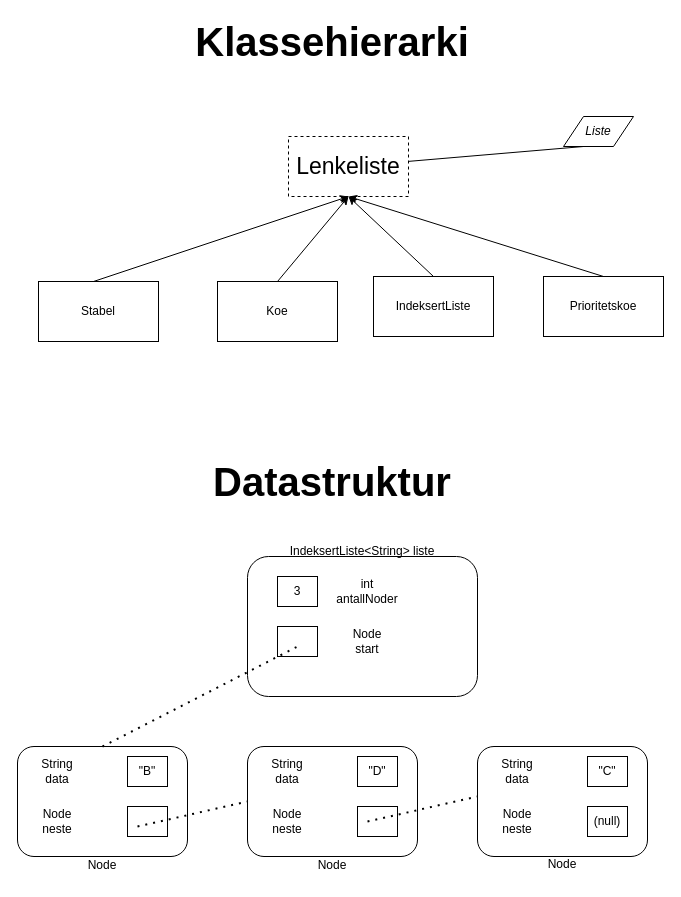
Earlier version of the draw.io diagram obliger/3_oblig3/Klassehierarki_Datastruktur.drawio (jsaabel/IN1010). Source tidied: cells renumbered, new cells numbered last; positions are measured from the earlier drawing's top-left corner, leaving out a move shared by most shapes. Both pictures are drawn from the tidied source at 100%, with x=0, y=0 at pixel (17, 26).
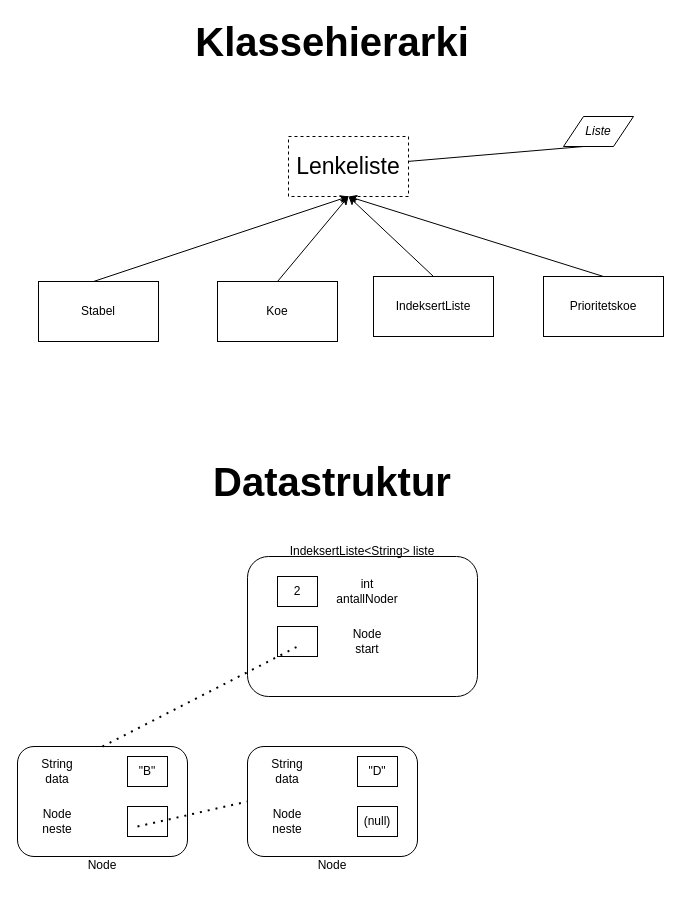
The same page after the edit.

What changed in the source:
```diff
@@
-    <mxCell id="3" value="3" style="rounded=0;whiteSpace=wrap;html=1;" parent="1" vertex="1">
+    <mxCell id="3" value="2" style="rounded=0;whiteSpace=wrap;html=1;" parent="1" vertex="1">
       <mxGeometry x="260" y="550" width="40" height="30" as="geometry" />
     </mxCell>
@@
-    <mxCell id="18" style="rounded=1;whiteSpace=wrap;html=1;" parent="1" vertex="1">
-      <mxGeometry x="460" y="720" width="170" height="110" as="geometry" />
-    </mxCell>
-    <mxCell id="19" value="&quot;C&quot;" style="rounded=0;whiteSpace=wrap;html=1;" parent="1" vertex="1">
-      <mxGeometry x="570" y="730" width="40" height="30" as="geometry" />
-    </mxCell>
-    <mxCell id="20" value="(null)" style="rounded=0;whiteSpace=wrap;html=1;" parent="1" vertex="1">
-      <mxGeometry x="570" y="780" width="40" height="30" as="geometry" />
-    </mxCell>
-    <mxCell id="21" value="&lt;div&gt;String&lt;/div&gt;&lt;div&gt;data&lt;br&gt;&lt;/div&gt;" style="text;html=1;strokeColor=none;fillColor=none;align=center;verticalAlign=middle;whiteSpace=wrap;rounded=0;" parent="1" vertex="1">
-      <mxGeometry x="470" y="730" width="60" height="30" as="geometry" />
-    </mxCell>
-    <mxCell id="22" value="&lt;div&gt;Node&lt;/div&gt;&lt;div&gt;neste&lt;br&gt;&lt;/div&gt;" style="text;html=1;strokeColor=none;fillColor=none;align=center;verticalAlign=middle;whiteSpace=wrap;rounded=0;" parent="1" vertex="1">
-      <mxGeometry x="470" y="780" width="60" height="30" as="geometry" />
-    </mxCell>
@@
-    <mxCell id="25" style="endArrow=none;dashed=1;html=1;dashPattern=1 3;strokeWidth=2;rounded=0;entryX=0;entryY=0.5;entryDx=0;entryDy=0;exitX=0.25;exitY=0.667;exitDx=0;exitDy=0;exitPerimeter=0;" parent="1" edge="1">
-      <mxGeometry relative="1" as="geometry">
-        <mxPoint x="350" y="795" as="sourcePoint" />
-        <mxPoint x="460" y="770" as="targetPoint" />
-      </mxGeometry>
-    </mxCell>
@@
-    <mxCell id="28" value="&lt;div&gt;Node&lt;/div&gt;" style="text;html=1;strokeColor=none;fillColor=none;align=center;verticalAlign=middle;whiteSpace=wrap;rounded=0;" parent="1" vertex="1">
-      <mxGeometry x="515" y="823" width="60" height="30" as="geometry" />
-    </mxCell>
@@
+    <mxCell id="20" value="(null)" style="rounded=0;whiteSpace=wrap;html=1;" parent="1" vertex="1">
+      <mxGeometry x="340" y="780" width="40" height="30" as="geometry" />
+    </mxCell>
```
